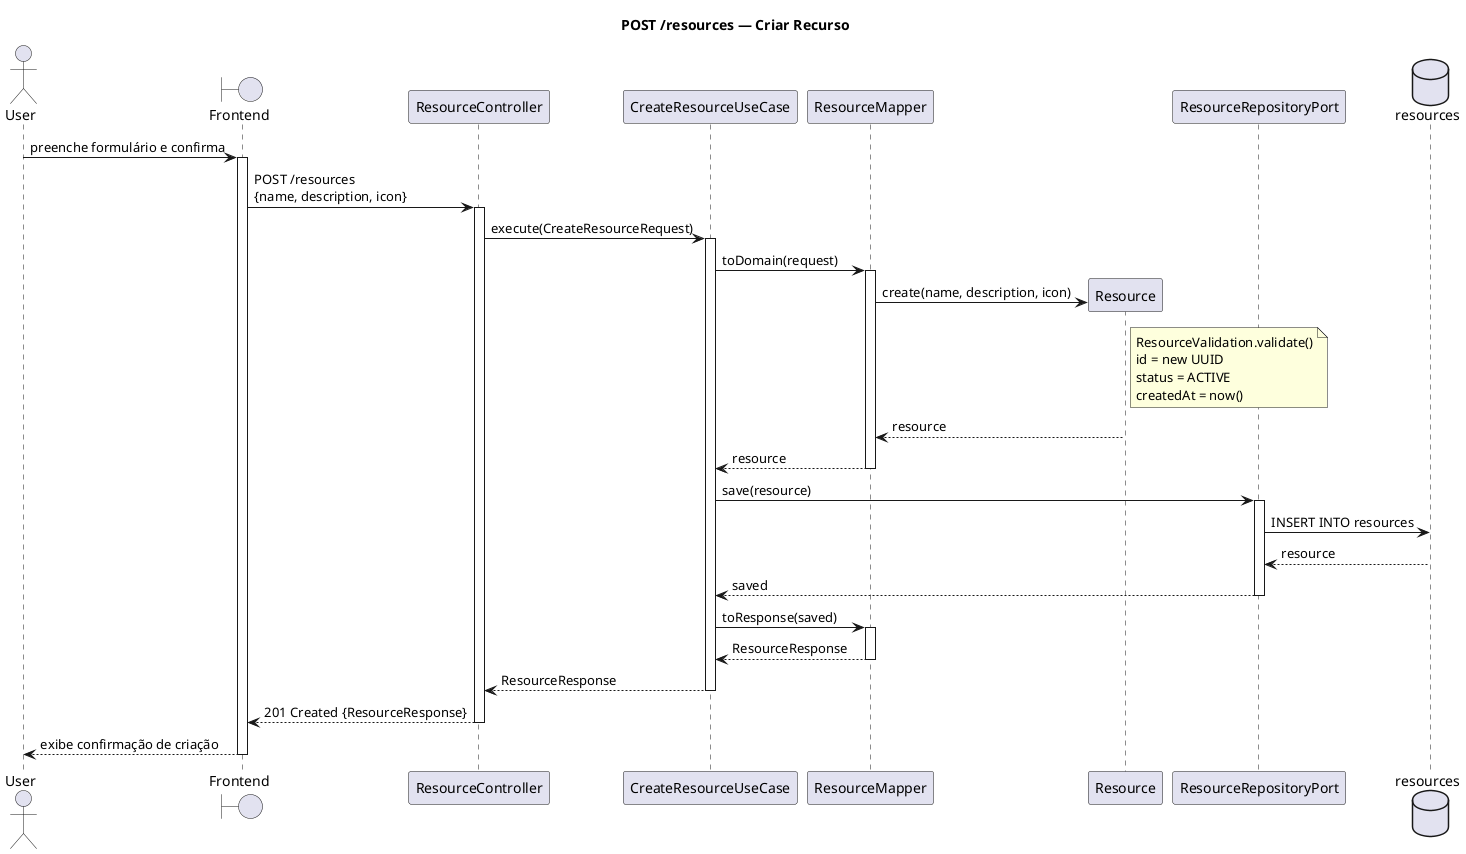
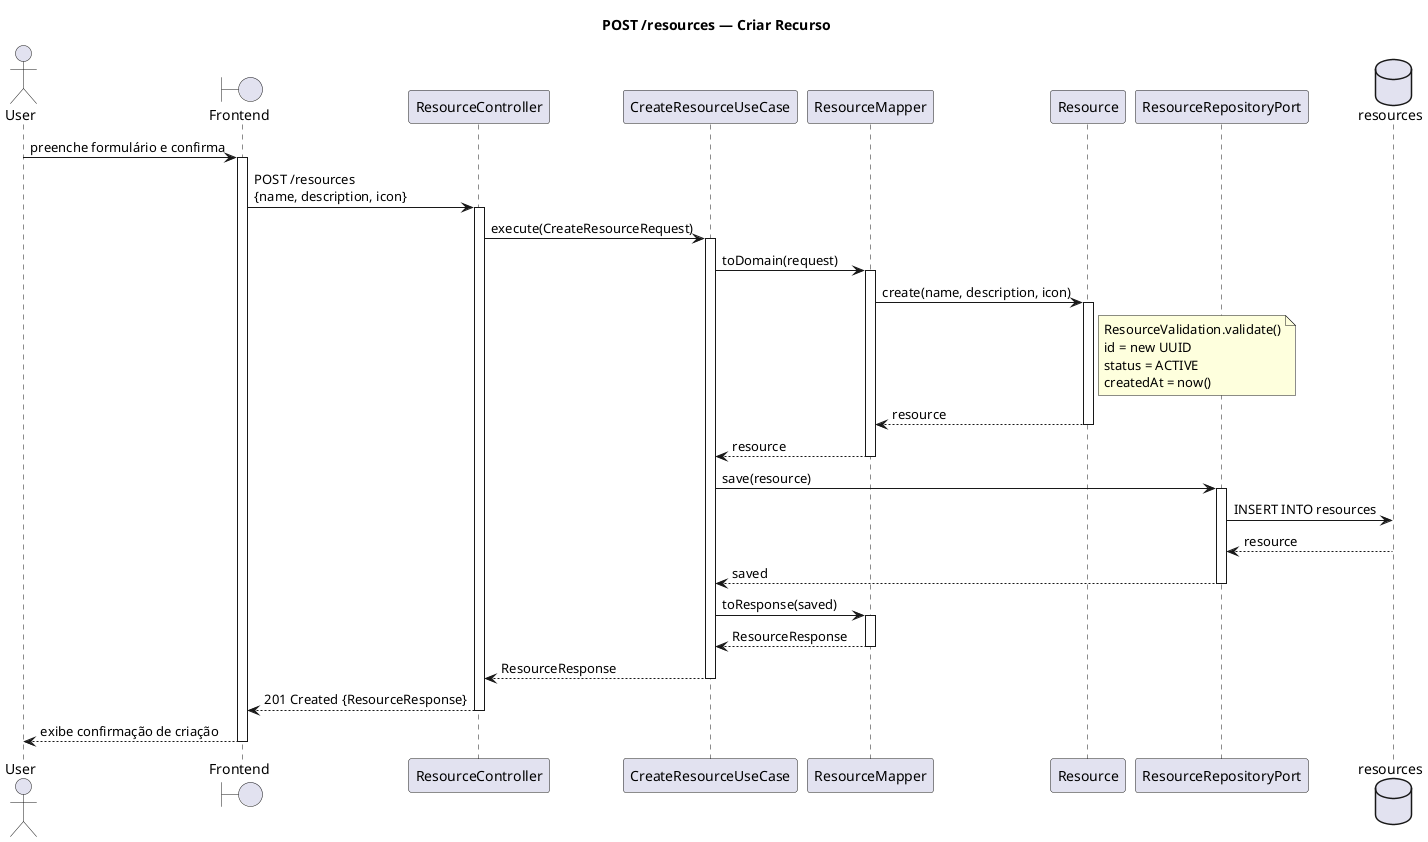
@startuml create_resource

title POST /resources — Criar Recurso

actor User
boundary "Frontend" as FE
participant "ResourceController" as Ctrl
participant "CreateResourceUseCase" as UC
participant "ResourceMapper" as Mapper
participant "Resource" as Entity
participant "ResourceRepositoryPort" as Repo
database "resources" as DB

User -> FE: preenche formulário e confirma
activate FE
FE -> Ctrl: POST /resources\n{name, description, icon}
activate Ctrl

Ctrl -> UC: execute(CreateResourceRequest)
activate UC

UC -> Mapper: toDomain(request)
activate Mapper
- Mapper -> Entity **: create(name, description, icon)
+ Mapper -> Entity: create(name, description, icon)
+ activate Entity
note right of Entity: ResourceValidation.validate()\nid = new UUID\nstatus = ACTIVE\ncreatedAt = now()
Entity --> Mapper: resource
+ deactivate Entity
Mapper --> UC: resource
deactivate Mapper

UC -> Repo: save(resource)
activate Repo
Repo -> DB: INSERT INTO resources
DB --> Repo: resource
Repo --> UC: saved
deactivate Repo

UC -> Mapper: toResponse(saved)
activate Mapper
Mapper --> UC: ResourceResponse
deactivate Mapper

UC --> Ctrl: ResourceResponse
deactivate UC

Ctrl --> FE: 201 Created {ResourceResponse}
deactivate Ctrl
FE --> User: exibe confirmação de criação
deactivate FE

@enduml
